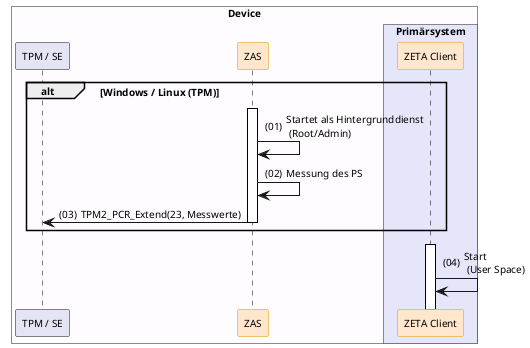
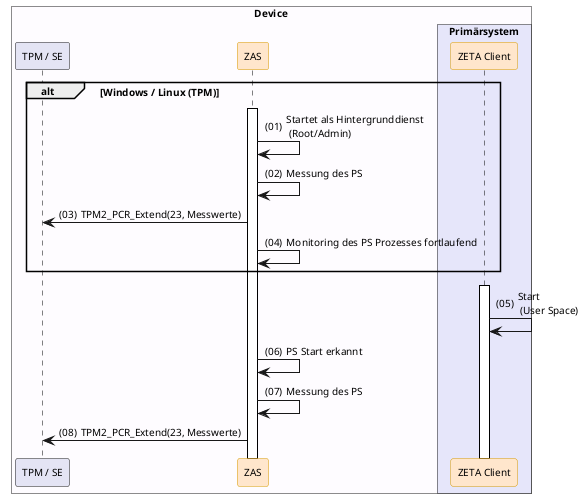
@startuml "client-start"
autonumber "(00)"
skinparam defaultFontSize 10
skinparam defaultFontName Helvetica
skinparam DefaultMonospacedFontName Courier
skinparam lengthAdjust none
skinparam sequenceReferenceBackgroundColor White
skinparam SequenceReferenceFontSize 12
skinparam sequenceMessageAlign left
hide stereotype

' Box colors
!define ZETA_GUARD_COLOR #FFF3E5
!define LEI_COLOR #GhostWhite
!define LEI_COMPONENT_COLOR #E4E4F4
!define PRIMAERSYSTEM_COLOR #Lavender
!define PROVIDER_COLOR #EDFDEC
!define DEVICE_COLOR #fefcff

' Participant colors
<style>
sequenceDiagram {
  participant {
    .zeta {
      BackgroundColor #FFE6CC
      LineColor #D79B00
    }
    .provider {
      BackgroundColor #D5E8D4
      LineColor #82B366
    }
  }
  lifeline {
    BackgroundColor White
    LineColor Black
  }
}
</style>

' title Client Start & Initialisierung

!pragma teoz true

box "Device" DEVICE_COLOR
  participant "TPM / SE" as TPM LEI_COMPONENT_COLOR
  participant ZAS as "ZAS" <<zeta>>
  box "Primärsystem" PRIMAERSYSTEM_COLOR
    participant Client as "ZETA Client" <<zeta>>
  end box
end box

alt Windows / Linux (TPM)
-     ZAS++
-     ZAS -> ZAS: Startet als Hintergrunddienst\n (Root/Admin)
- 
-     ZAS -> ZAS: Messung des PS
-     ZAS -> TPM--: TPM2_PCR_Extend(23, Messwerte)
+   ZAS++
+   ZAS -> ZAS: Startet als Hintergrunddienst\n (Root/Admin)
+   ZAS -> ZAS: Messung des PS
+   ZAS -> TPM: TPM2_PCR_Extend(23, Messwerte)
+   ZAS -> ZAS: Monitoring des PS Prozesses fortlaufend
end

Client++
Client -> Client: Start \n (User Space)
+ ZAS -> ZAS: PS Start erkannt
+ ZAS -> ZAS: Messung des PS
+ ZAS -> TPM: TPM2_PCR_Extend(23, Messwerte)

@enduml